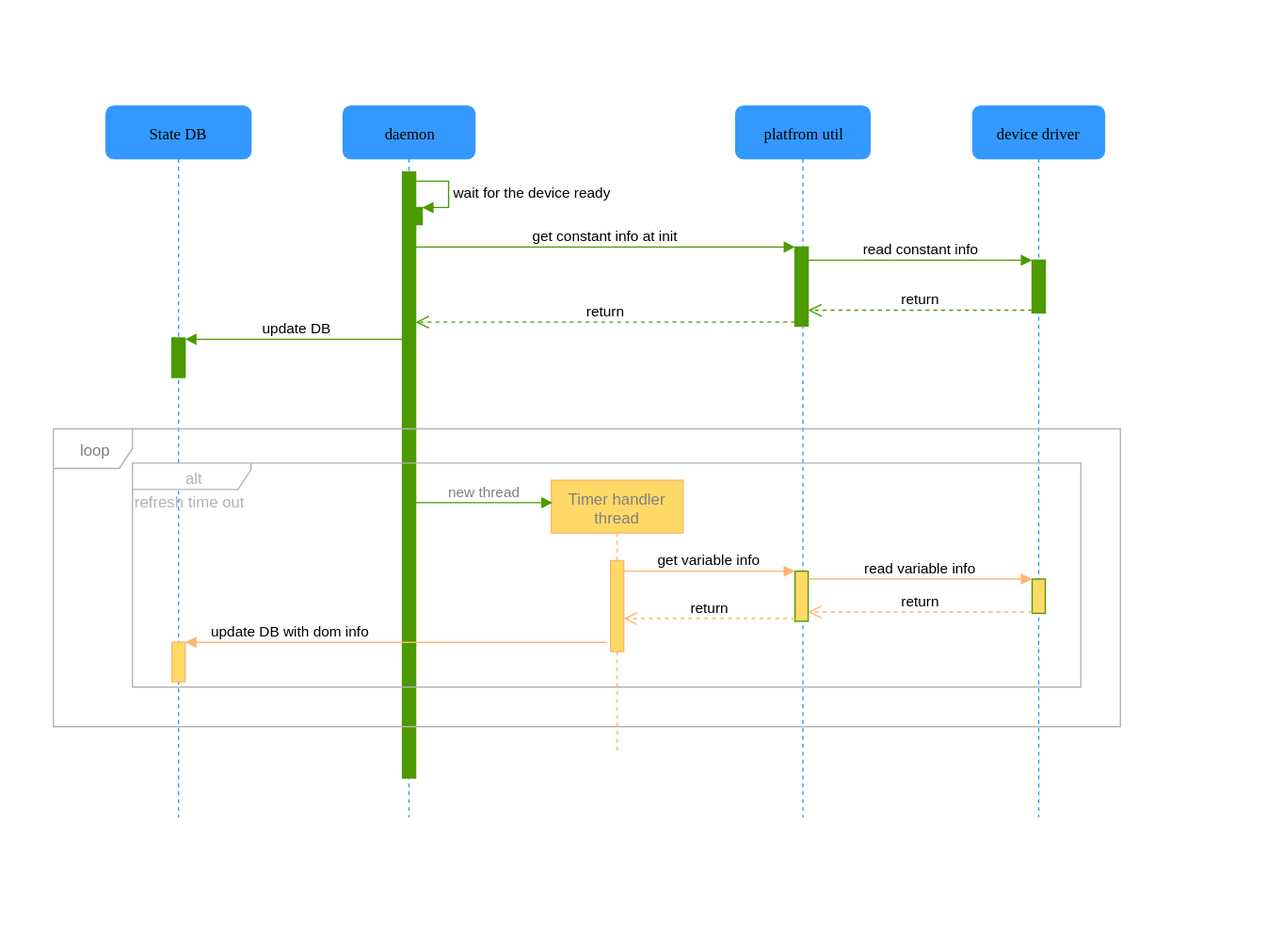
This is doc/pmon/daemon-flow.svg from sonic-net/SONiC, a draw.io export, as it was before one commit. Source tidied: cells renumbered, new cells last; positions are measured from the earlier drawing's top-left corner, leaving out a move shared by most shapes.
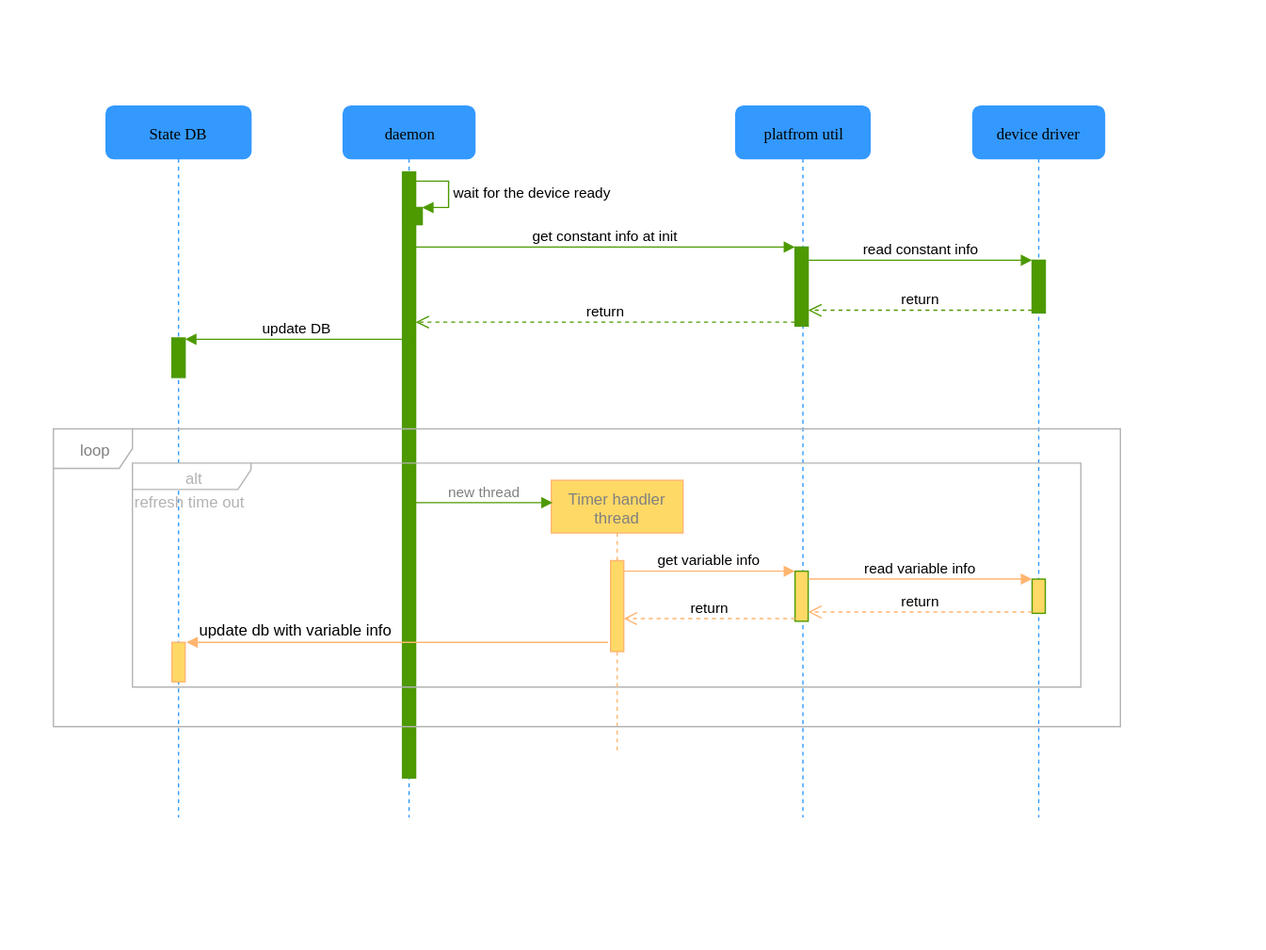
After the change.

The edit, as a diff of the source:
```diff
@@ -102,10 +102,15 @@
     </mxCell>
     <mxCell id="28" value="update DB with dom info" style="html=1;verticalAlign=bottom;startArrow=none;endArrow=block;startSize=8;strokeColor=#FFB570;fontColor=#000000;startFill=0;" parent="1" edge="1">
       <mxGeometry x="0.5" relative="1" as="geometry">
-        <mxPoint x="460" y="487" as="sourcePoint" />
-        <mxPoint x="140" y="487" as="targetPoint" />
+        <mxPoint x="461" y="487" as="sourcePoint" />
+        <mxPoint x="141" y="487" as="targetPoint" />
       </mxGeometry>
     </mxCell>
+    <mxCell id="34" value="update db with variable info" style="text;html=1;align=center;verticalAlign=middle;labelBackgroundColor=#ffffff;" parent="28" vertex="1">
+      <mxGeometry x="0.71" relative="1" as="geometry">
+        <mxPoint x="35" y="-11" as="offset" />
+      </mxGeometry>
+    </mxCell>
     <mxCell id="29" value="refresh time out" style="text;html=1;align=left;verticalAlign=top;spacingTop=-4;fontColor=#B3B3B3;" parent="1" vertex="1">
       <mxGeometry x="100" y="371" width="100" height="20" as="geometry" />
     </mxCell>
```
